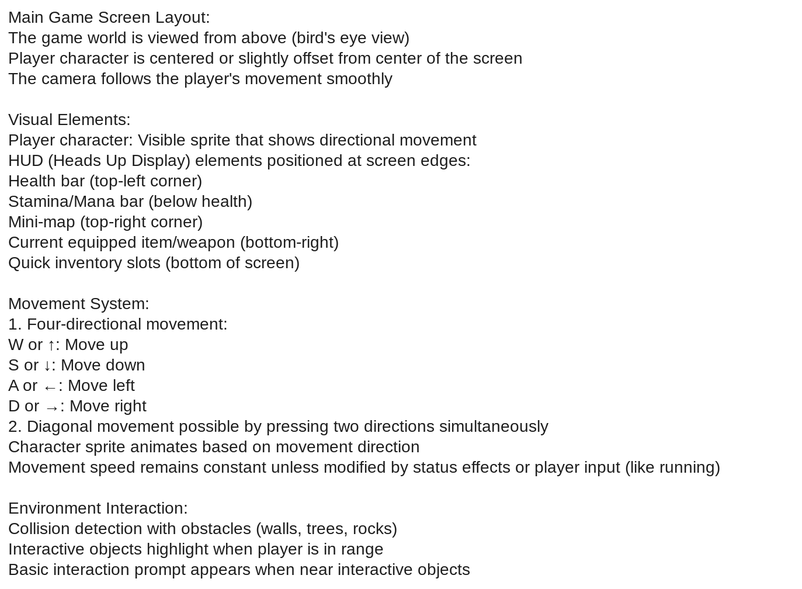
Before: templates/top-down-rpg/concept.excalidraw.svg, a diagram exported from Excalidraw (cosmic-org/living_game). Source tidied: one line per element, renumbered; positions are measured from the earlier drawing's top-left corner, leaving out a move shared by most shapes. The source it was exported from:
```json
{"id": 0, "type": "text", "text": "Main Game Screen Layout:\nThe game world is viewed from above (bird's eye view)\nPlayer character is centered or slightly offset from center of the screen\nThe camera follows the player's movement smoothly\n\nVisual Elements:\nPlayer character: Visible sprite that shows directional movement\nHUD (Heads Up Display) elements positioned at screen edges:\nHealth bar (top-left corner)\nStamina/Mana bar (below health)\nMini-map (top-right corner)\nCurrent equipped item/weapon (bottom-right)\nQuick inventory slots (bottom of screen)\n\nMovement System:\n1. Four-directional movement:\nW or ↑: Move up\nS or ↓: Move down\nA or ←: Move left\nD or →: Move right\n2. Diagonal movement possible by pressing two directions simultaneously\nCharacter sprite animates based on movement direction\nMovement speed remains constant unless modified by status effects or player input (like running)\n\nEnvironment Interaction:\nCollision detection with obstacles (walls, trees, rocks)\nInteractive objects highlight when player is in range\nBasic interaction prompt appears when near interactive objects", "strokeColor": "#1e1e1e", "strokeWidth": 2, "roughness": 1, "fontSize": 20, "fontFamily": 1, "x": 0, "y": 0, "width": 960, "height": 700}
```
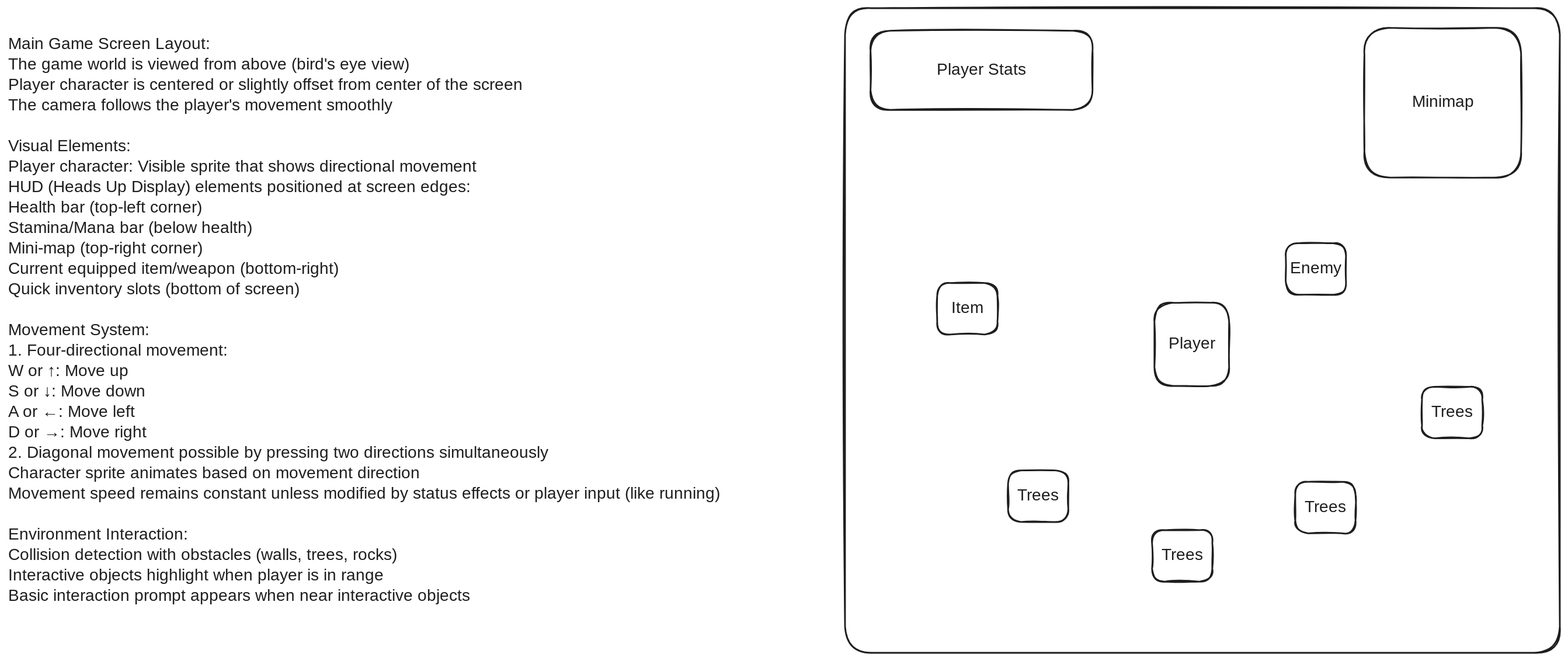
After the change.

Commit message:
Update concept Excalidraw SVGs for game templates

What changed in the source:
```diff
@@ -1,1 +1,20 @@
 {"id": 0, "type": "text", "text": "Main Game Screen Layout:\nThe game world is viewed from above (bird's eye view)\nPlayer character is centered or slightly offset from center of the screen\nThe camera follows the player's movement smoothly\n\nVisual Elements:\nPlayer character: Visible sprite that shows directional movement\nHUD (Heads Up Display) elements positioned at screen edges:\nHealth bar (top-left corner)\nStamina/Mana bar (below health)\nMini-map (top-right corner)\nCurrent equipped item/weapon (bottom-right)\nQuick inventory slots (bottom of screen)\n\nMovement System:\n1. Four-directional movement:\nW or ↑: Move up\nS or ↓: Move down\nA or ←: Move left\nD or →: Move right\n2. Diagonal movement possible by pressing two directions simultaneously\nCharacter sprite animates based on movement direction\nMovement speed remains constant unless modified by status effects or player input (like running)\n\nEnvironment Interaction:\nCollision detection with obstacles (walls, trees, rocks)\nInteractive objects highlight when player is in range\nBasic interaction prompt appears when near interactive objects", "strokeColor": "#1e1e1e", "strokeWidth": 2, "roughness": 1, "fontSize": 20, "fontFamily": 1, "x": 0, "y": 0, "width": 960, "height": 700}
+{"id": 1, "type": "rectangle", "strokeColor": "#1e1e1e", "strokeWidth": 2, "roughness": 1, "round": true, "x": 1023, "y": -32, "width": 874, "height": 788}
+{"id": 2, "type": "rectangle", "strokeColor": "#1e1e1e", "strokeWidth": 2, "roughness": 1, "round": true, "x": 1659, "y": -8, "width": 192, "height": 183}
+{"id": 3, "type": "text", "text": "Minimap", "strokeColor": "#1e1e1e", "strokeWidth": 2, "roughness": 1, "fontSize": 20, "fontFamily": 1, "textAlign": "center", "verticalAlign": "middle", "inside": 2, "x": 1720, "y": 71, "width": 69, "height": 25}
+{"id": 4, "type": "rectangle", "strokeColor": "#1e1e1e", "strokeWidth": 2, "roughness": 1, "round": true, "x": 1055, "y": -5, "width": 271, "height": 97}
+{"id": 5, "type": "text", "text": "Player Stats", "strokeColor": "#1e1e1e", "strokeWidth": 2, "roughness": 1, "fontSize": 20, "fontFamily": 1, "textAlign": "center", "verticalAlign": "middle", "inside": 4, "x": 1125, "y": 31, "width": 130, "height": 25}
+{"id": 6, "type": "rectangle", "strokeColor": "#1e1e1e", "strokeWidth": 2, "roughness": 1, "round": true, "x": 1402, "y": 328, "width": 91, "height": 102}
+{"id": 7, "type": "text", "text": "Player", "strokeColor": "#1e1e1e", "strokeWidth": 2, "roughness": 1, "fontSize": 20, "fontFamily": 1, "textAlign": "center", "verticalAlign": "middle", "inside": 6, "x": 1417, "y": 366, "width": 61, "height": 25}
+{"id": 8, "type": "rectangle", "strokeColor": "#1e1e1e", "strokeWidth": 2, "roughness": 1, "round": true, "x": 1223, "y": 533, "width": 74, "height": 63}
+{"id": 9, "type": "text", "text": "Trees", "strokeColor": "#1e1e1e", "strokeWidth": 2, "roughness": 1, "fontSize": 20, "fontFamily": 1, "textAlign": "center", "verticalAlign": "middle", "inside": 8, "x": 1231, "y": 552, "width": 57, "height": 25}
+{"id": 10, "type": "rectangle", "strokeColor": "#1e1e1e", "strokeWidth": 2, "roughness": 1, "round": true, "x": 1399, "y": 606, "width": 74, "height": 63}
+{"id": 11, "type": "text", "text": "Trees", "strokeColor": "#1e1e1e", "strokeWidth": 2, "roughness": 1, "fontSize": 20, "fontFamily": 1, "textAlign": "center", "verticalAlign": "middle", "inside": 10, "x": 1407, "y": 625, "width": 57, "height": 25}
+{"id": 12, "type": "rectangle", "strokeColor": "#1e1e1e", "strokeWidth": 2, "roughness": 1, "round": true, "x": 1574, "y": 547, "width": 74, "height": 63}
+{"id": 13, "type": "text", "text": "Trees", "strokeColor": "#1e1e1e", "strokeWidth": 2, "roughness": 1, "fontSize": 20, "fontFamily": 1, "textAlign": "center", "verticalAlign": "middle", "inside": 12, "x": 1582, "y": 566, "width": 57, "height": 25}
+{"id": 14, "type": "rectangle", "strokeColor": "#1e1e1e", "strokeWidth": 2, "roughness": 1, "round": true, "x": 1729, "y": 431, "width": 74, "height": 63}
+{"id": 15, "type": "text", "text": "Trees", "strokeColor": "#1e1e1e", "strokeWidth": 2, "roughness": 1, "fontSize": 20, "fontFamily": 1, "textAlign": "center", "verticalAlign": "middle", "inside": 14, "x": 1737, "y": 450, "width": 57, "height": 25}
+{"id": 16, "type": "rectangle", "strokeColor": "#1e1e1e", "strokeWidth": 2, "roughness": 1, "round": true, "x": 1136, "y": 304, "width": 74, "height": 63}
+{"id": 17, "type": "text", "text": "Item", "strokeColor": "#1e1e1e", "strokeWidth": 2, "roughness": 1, "fontSize": 20, "fontFamily": 1, "textAlign": "center", "verticalAlign": "middle", "inside": 16, "x": 1150, "y": 323, "width": 46, "height": 25}
+{"id": 18, "type": "rectangle", "strokeColor": "#1e1e1e", "strokeWidth": 2, "roughness": 1, "round": true, "x": 1562, "y": 255, "width": 74, "height": 63}
+{"id": 19, "type": "text", "text": "Enemy", "strokeColor": "#1e1e1e", "strokeWidth": 2, "roughness": 1, "fontSize": 20, "fontFamily": 1, "textAlign": "center", "verticalAlign": "middle", "inside": 18, "x": 1571, "y": 274, "width": 56, "height": 25}
```
